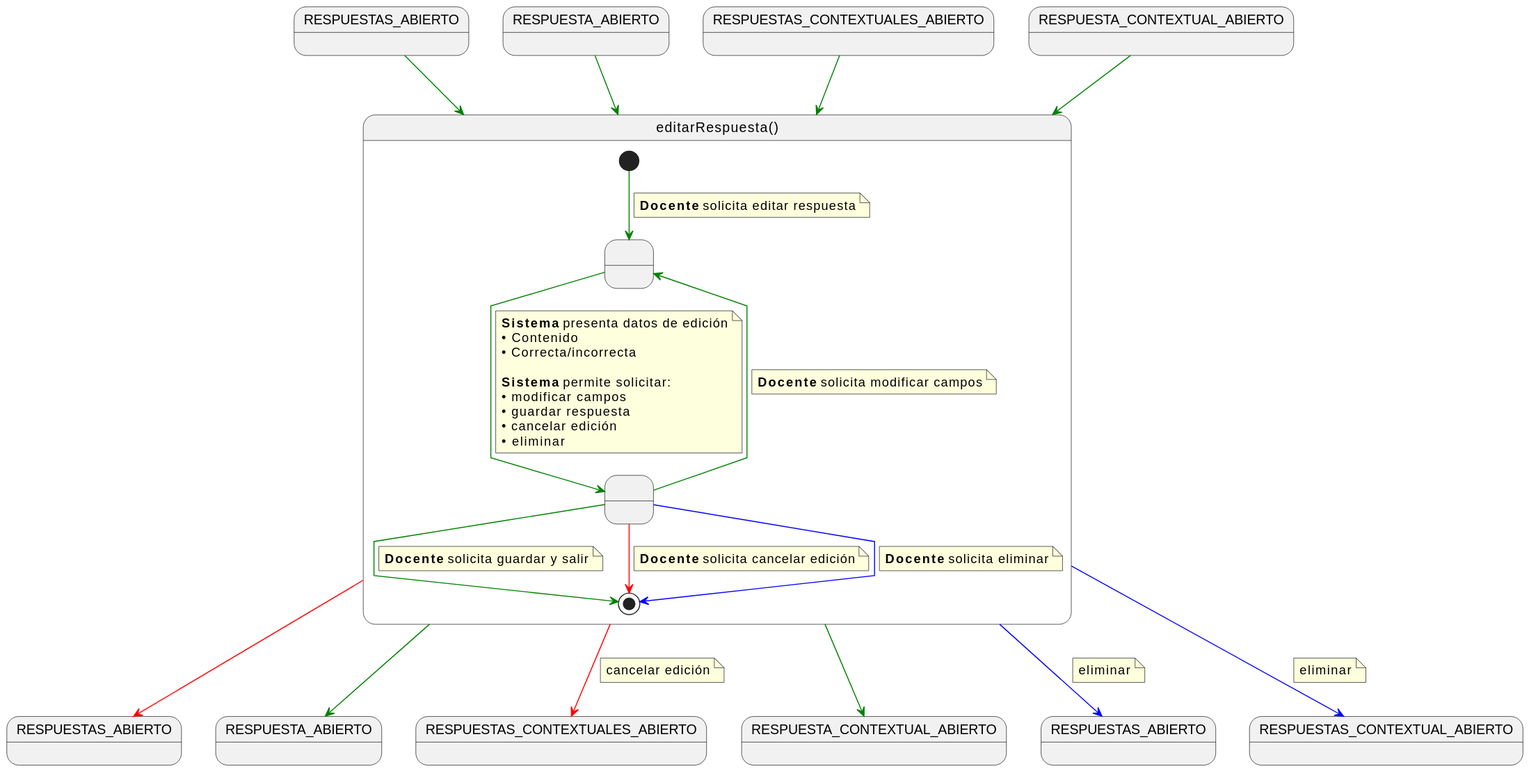
Earlier version of the PlantUML export documents/casos-de-uso/detalladoCasosDeUso/editarRespuesta/editarRespuesta.svg (martinlopez7/25-26-IdSw1-SdR).
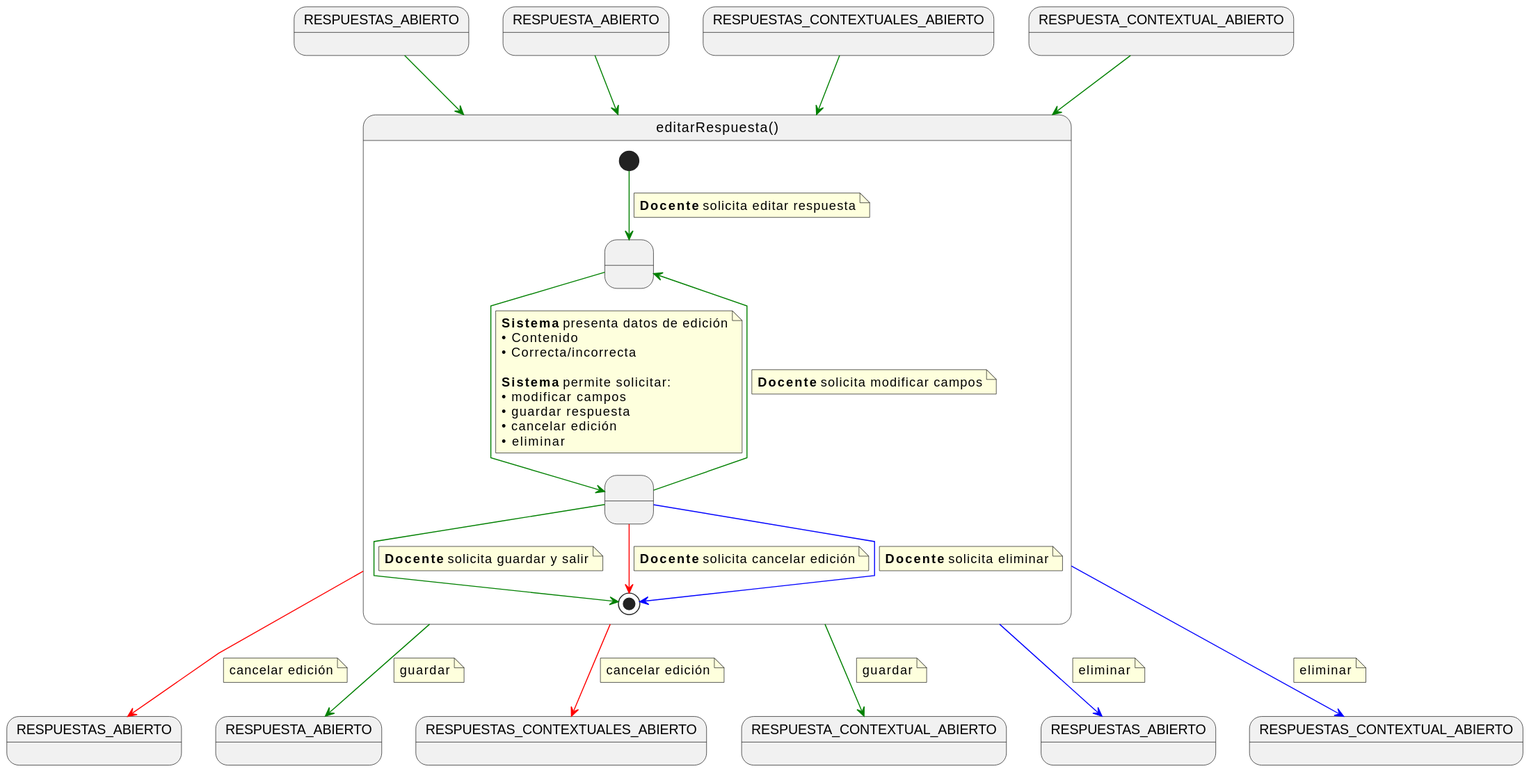
Above is the later version.

Change to the diagram source:
```diff
@@ -64,14 +64,25 @@
 
 
 editarRespuesta -[#green]-> RESPUESTA_CONTEXTUAL_ABIERTO2
+note on link
+guardar
+end note
+
 editarRespuesta -[#green]-> RESPUESTA_ABIERTO2
+note on link
+guardar
+end note
 
 editarRespuesta -[#red]-> RESPUESTAS_ABIERTO2
+note on link
+cancelar edición
+end note
 
 editarRespuesta -[#blue]-> RESPUESTAS_ABIERTO3
 note on link
 eliminar
 end note
+
 editarRespuesta -[#blue]-> RESPUESTAS_CONTEXTUAL_ABIERTO3
 note on link
 eliminar
```
